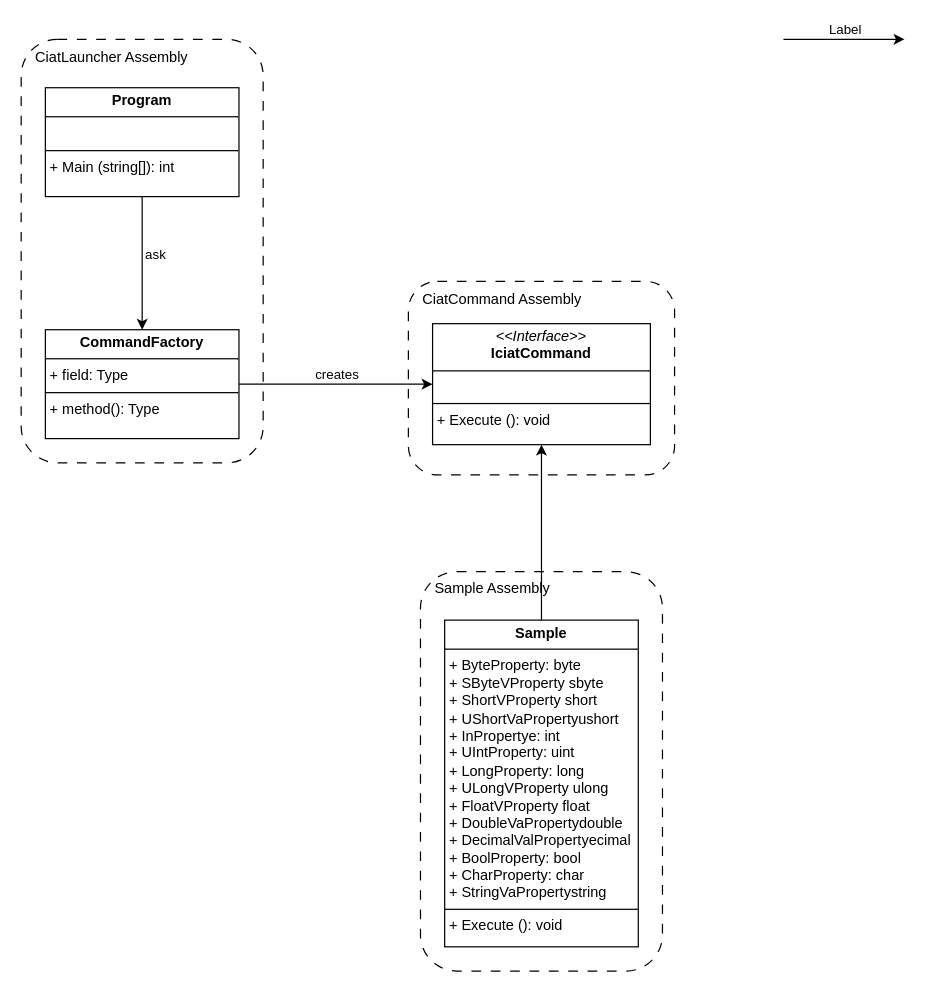
cesar-ivorra-oliver/ciat keeps this draw.io diagram as UML.drawio. Above is the earlier version. Source tidied: cells renumbered, new cells numbered last; positions are measured from the earlier drawing's top-left corner, leaving out a move shared by most shapes. Both pictures are drawn from the tidied source at 121%, with x=0, y=0 at pixel (21, 39).
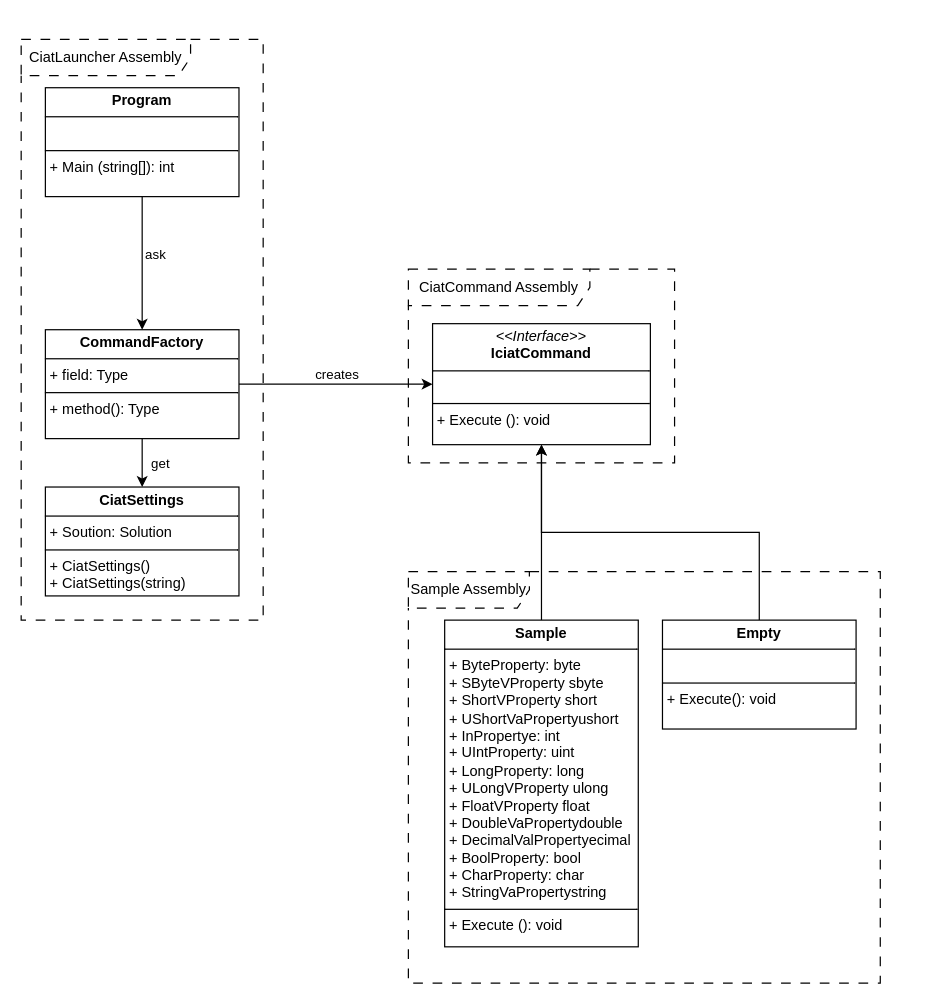
After the change.

The change refers to these unchanged cells:
```xml
<mxCell id="3" value="&lt;p style=&quot;margin:0px;margin-top:4px;text-align:center;&quot;&gt;&lt;b&gt;CommandFactory&lt;/b&gt;&lt;/p&gt;&lt;hr size=&quot;1&quot; style=&quot;border-style:solid;&quot;&gt;&lt;p style=&quot;margin:0px;margin-left:4px;&quot;&gt;+ field: Type&lt;/p&gt;&lt;hr size=&quot;1&quot; style=&quot;border-style:solid;&quot;&gt;&lt;p style=&quot;margin:0px;margin-left:4px;&quot;&gt;+ method(): Type&lt;/p&gt;" style="verticalAlign=top;align=left;overflow=fill;html=1;whiteSpace=wrap;" parent="1" vertex="1">
  <mxGeometry x="20" y="240" width="160" height="90" as="geometry" />
</mxCell>
<mxCell id="12" value="&lt;p style=&quot;margin:0px;margin-top:4px;text-align:center;&quot;&gt;&lt;b&gt;Sample&lt;/b&gt;&lt;/p&gt;&lt;hr size=&quot;1&quot; style=&quot;border-style:solid;&quot;&gt;&lt;p style=&quot;margin:0px;margin-left:4px;&quot;&gt;+ ByteProperty: byte&lt;/p&gt;&lt;p style=&quot;margin:0px;margin-left:4px;&quot;&gt;+ SByteVProperty sbyte&lt;/p&gt;&lt;p style=&quot;margin:0px;margin-left:4px;&quot;&gt;+ ShortVProperty short&lt;/p&gt;&lt;p style=&quot;margin:0px;margin-left:4px;&quot;&gt;+ UShortVaPropertyushort&lt;/p&gt;&lt;p style=&quot;margin:0px;margin-left:4px;&quot;&gt;+ InPropertye: int&lt;/p&gt;&lt;p style=&quot;margin:0px;margin-left:4px;&quot;&gt;+ UIntProperty: uint&lt;/p&gt;&lt;p style=&quot;margin:0px;margin-left:4px;&quot;&gt;+ LongProperty: long&lt;/p&gt;&lt;p style=&quot;margin:0px;margin-left:4px;&quot;&gt;+ ULongVProperty ulong&lt;/p&gt;&lt;p style=&quot;margin:0px;margin-left:4px;&quot;&gt;+ FloatVProperty float&lt;/p&gt;&lt;p style=&quot;margin:0px;margin-left:4px;&quot;&gt;+ DoubleVaPropertydouble&lt;/p&gt;&lt;p style=&quot;margin:0px;margin-left:4px;&quot;&gt;+ DecimalValPropertyecimal&lt;/p&gt;&lt;p style=&quot;margin:0px;margin-left:4px;&quot;&gt;+ BoolProperty: bool&lt;/p&gt;&lt;p style=&quot;margin:0px;margin-left:4px;&quot;&gt;+ CharProperty: char&lt;/p&gt;&lt;p style=&quot;margin:0px;margin-left:4px;&quot;&gt;+ StringVaPropertystring&lt;/p&gt;&lt;hr size=&quot;1&quot; style=&quot;border-style:solid;&quot;&gt;&lt;p style=&quot;margin:0px;margin-left:4px;&quot;&gt;+ Execute (): void&lt;/p&gt;" style="verticalAlign=top;align=left;overflow=fill;html=1;whiteSpace=wrap;" parent="1" vertex="1">
  <mxGeometry x="350" y="480" width="160" height="270" as="geometry" />
</mxCell>
```

Diff of the diagram source:
```diff
@@
+    <mxCell id="21" value="Sample Assembly" style="shape=umlFrame;whiteSpace=wrap;html=1;width=100;height=30;dashed=1;dashPattern=8 8;" parent="1" vertex="1">
+      <mxGeometry x="320" y="440" width="390" height="340" as="geometry" />
+    </mxCell>
+    <mxCell id="18" value="CiatCommand Assembly" style="shape=umlFrame;whiteSpace=wrap;html=1;width=150;height=30;dashed=1;dashPattern=8 8;" parent="1" vertex="1">
+      <mxGeometry x="320" y="190" width="220" height="160" as="geometry" />
+    </mxCell>
+    <mxCell id="15" value="CiatLauncher Assembly" style="shape=umlFrame;whiteSpace=wrap;html=1;fillColor=none;dashed=1;dashPattern=8 8;shadow=0;width=140;height=30;" parent="1" vertex="1">
+      <mxGeometry width="200" height="480" as="geometry" />
+    </mxCell>
@@
-    <mxCell id="4" value="&lt;p style=&quot;margin:0px;margin-top:4px;text-align:center;&quot;&gt;&lt;i&gt;&amp;lt;&amp;lt;Interface&amp;gt;&amp;gt;&lt;/i&gt;&lt;br&gt;&lt;b&gt;IciatCommand&lt;/b&gt;&lt;/p&gt;&lt;hr size=&quot;1&quot; style=&quot;border-style:solid;&quot;&gt;&lt;p style=&quot;margin:0px;margin-left:4px;&quot;&gt;&lt;br&gt;&lt;/p&gt;&lt;hr size=&quot;1&quot; style=&quot;border-style:solid;&quot;&gt;&lt;p style=&quot;margin:0px;margin-left:4px;&quot;&gt;+ Execute (): void&lt;br&gt;&lt;/p&gt;" style="verticalAlign=top;align=left;overflow=fill;html=1;whiteSpace=wrap;" parent="1" vertex="1">
-      <mxGeometry x="340" y="235" width="180" height="100" as="geometry" />
-    </mxCell>
@@
-    <mxCell id="7" style="endArrow=classic;html=1;rounded=0;" parent="1" edge="1">
-      <mxGeometry relative="1" as="geometry">
-        <mxPoint x="630" as="sourcePoint" />
-        <mxPoint x="730" as="targetPoint" />
-      </mxGeometry>
-    </mxCell>
-    <mxCell id="8" value="Label" style="edgeLabel;html=1;align=center;verticalAlign=middle;" parent="7" vertex="1">
-      <mxGeometry relative="1" as="geometry">
-        <mxPoint y="-9" as="offset" />
-      </mxGeometry>
-    </mxCell>
+    <mxCell id="11" style="edgeStyle=orthogonalEdgeStyle;rounded=0;jettySize=auto;html=1;exitX=0.5;exitY=0;exitDx=0;exitDy=0;" parent="1" edge="1" source="12" target="4">
+      <mxGeometry relative="1" as="geometry" />
+    </mxCell>
@@
-    <mxCell id="11" style="edgeStyle=orthogonalEdgeStyle;rounded=0;jettySize=auto;html=1;exitX=0.5;exitY=0;exitDx=0;exitDy=0;" parent="1" edge="1" source="12" target="4">
-      <mxGeometry relative="1" as="geometry" />
-    </mxCell>
@@
-    <mxCell id="13" style="group;" parent="1" vertex="1">
-      <mxGeometry width="200" height="350" as="geometry" />
-    </mxCell>
-    <mxCell id="14" style="rounded=1;whiteSpace=wrap;html=1;dashed=1;dashPattern=8 8;fillColor=none;" parent="13" vertex="1">
-      <mxGeometry width="200" height="350" as="geometry" />
-    </mxCell>
-    <mxCell id="15" value="CiatLauncher Assembly" style="text;html=1;align=left;verticalAlign=middle;whiteSpace=wrap;rounded=0;textShadow=0;spacingLeft=10;" parent="13" vertex="1">
-      <mxGeometry width="200" height="29.2" as="geometry" />
-    </mxCell>
-    <mxCell id="16" style="group;rounded=0;" parent="1" vertex="1">
-      <mxGeometry x="320" y="200" width="220" height="160" as="geometry" />
-    </mxCell>
-    <mxCell id="17" style="rounded=1;whiteSpace=wrap;html=1;dashed=1;dashPattern=8 8;fillColor=none;" parent="16" vertex="1">
-      <mxGeometry width="220" height="160" as="geometry" />
-    </mxCell>
-    <mxCell id="18" value="CiatCommand Assembly" style="text;html=1;align=left;verticalAlign=middle;whiteSpace=wrap;rounded=0;spacingLeft=10;" parent="16" vertex="1">
-      <mxGeometry width="220" height="30" as="geometry" />
-    </mxCell>
-    <mxCell id="19" style="group;" parent="1" vertex="1">
-      <mxGeometry x="330" y="440" width="200" height="330" as="geometry" />
-    </mxCell>
-    <mxCell id="20" style="rounded=1;whiteSpace=wrap;html=1;dashed=1;dashPattern=8 8;fillColor=none;" parent="19" vertex="1">
-      <mxGeometry width="200" height="330" as="geometry" />
-    </mxCell>
-    <mxCell id="21" value="Sample Assembly" style="text;html=1;align=left;verticalAlign=middle;whiteSpace=wrap;rounded=0;spacingLeft=10;" parent="19" vertex="1">
-      <mxGeometry width="200" height="28.3" as="geometry" />
-    </mxCell>
+    <mxCell id="4" value="&lt;p style=&quot;margin:0px;margin-top:4px;text-align:center;&quot;&gt;&lt;i&gt;&amp;lt;&amp;lt;Interface&amp;gt;&amp;gt;&lt;/i&gt;&lt;br&gt;&lt;b&gt;IciatCommand&lt;/b&gt;&lt;/p&gt;&lt;hr size=&quot;1&quot; style=&quot;border-style:solid;&quot;&gt;&lt;p style=&quot;margin:0px;margin-left:4px;&quot;&gt;&lt;br&gt;&lt;/p&gt;&lt;hr size=&quot;1&quot; style=&quot;border-style:solid;&quot;&gt;&lt;p style=&quot;margin:0px;margin-left:4px;&quot;&gt;+ Execute (): void&lt;br&gt;&lt;/p&gt;" style="verticalAlign=top;align=left;overflow=fill;html=1;whiteSpace=wrap;" parent="1" vertex="1">
+      <mxGeometry x="340" y="235" width="180" height="100" as="geometry" />
+    </mxCell>
+    <mxCell id="22" style="edgeStyle=orthogonalEdgeStyle;rounded=0;jettySize=auto;html=1;exitX=0.5;exitY=0;exitDx=0;exitDy=0;entryX=0.5;entryY=1;entryDx=0;entryDy=0;" parent="1" edge="1" source="23" target="4">
+      <mxGeometry relative="1" as="geometry" />
+    </mxCell>
+    <mxCell id="23" value="&lt;p style=&quot;margin:0px;margin-top:4px;text-align:center;&quot;&gt;&lt;b&gt;Empty&lt;/b&gt;&lt;/p&gt;&lt;hr size=&quot;1&quot; style=&quot;border-style:solid;&quot;&gt;&lt;p style=&quot;margin:0px;margin-left:4px;&quot;&gt;&lt;br&gt;&lt;/p&gt;&lt;hr size=&quot;1&quot; style=&quot;border-style:solid;&quot;&gt;&lt;p style=&quot;margin:0px;margin-left:4px;&quot;&gt;+ Execute(): void&lt;/p&gt;" style="verticalAlign=top;align=left;overflow=fill;html=1;whiteSpace=wrap;" parent="1" vertex="1">
+      <mxGeometry x="530" y="480" width="160" height="90" as="geometry" />
+    </mxCell>
+    <mxCell id="24" value="&lt;p style=&quot;margin:0px;margin-top:4px;text-align:center;&quot;&gt;&lt;b&gt;CiatSettings&lt;/b&gt;&lt;/p&gt;&lt;hr size=&quot;1&quot; style=&quot;border-style:solid;&quot;&gt;&lt;p style=&quot;margin:0px;margin-left:4px;&quot;&gt;+ Soution: Solution&lt;/p&gt;&lt;hr size=&quot;1&quot; style=&quot;border-style:solid;&quot;&gt;&lt;p style=&quot;margin:0px;margin-left:4px;&quot;&gt;+ CiatSettings()&lt;/p&gt;&lt;p style=&quot;margin:0px;margin-left:4px;&quot;&gt;+ CiatSettings(string)&lt;/p&gt;" style="verticalAlign=top;align=left;overflow=fill;html=1;whiteSpace=wrap;" parent="1" vertex="1">
+      <mxGeometry x="20" y="370" width="160" height="90" as="geometry" />
+    </mxCell>
+    <mxCell id="25" style="endArrow=classic;html=1;rounded=0;exitX=0.5;exitY=1;exitDx=0;exitDy=0;entryX=0.5;entryY=0;entryDx=0;entryDy=0;" parent="1" edge="1" source="3" target="24">
+      <mxGeometry relative="1" as="geometry" />
+    </mxCell>
+    <mxCell id="26" value="get" style="edgeLabel;html=1;align=center;verticalAlign=middle;" parent="25" vertex="1">
+      <mxGeometry relative="1" as="geometry">
+        <mxPoint x="14" as="offset" />
+      </mxGeometry>
+    </mxCell>
```
